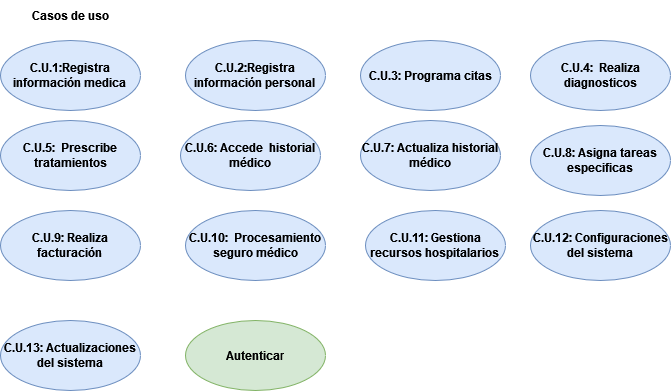
The draw.io diagram Unidad-1/tarea-casos-de-uso/images/casosdeuso.png in nalleon/ets, before a commit. Source tidied: cells renumbered, new cells last; positions are measured from the earlier drawing's top-left corner, leaving out a move shared by most shapes. The source it was exported from:
```xml
<mxGraphModel>
  <root>
    <mxCell id="0" />
    <mxCell id="1" parent="0" />
    <mxCell id="2" value="&lt;b&gt;Casos de uso&lt;br&gt;&lt;/b&gt;" style="text;html=1;align=center;verticalAlign=middle;strokeColor=none;fillColor=none;" parent="1" vertex="1">
      <mxGeometry x="20" width="100" height="30" as="geometry" />
    </mxCell>
    <mxCell id="3" value="&lt;b&gt;C.U.1:Registra información medica&lt;br&gt;&lt;/b&gt;" style="ellipse;whiteSpace=wrap;html=1;fillColor=#dae8fc;strokeColor=#6c8ebf;" parent="1" vertex="1">
      <mxGeometry y="40" width="140" height="70" as="geometry" />
    </mxCell>
    <mxCell id="4" value="&lt;b&gt;C.U.3: Programa citas&lt;/b&gt;" style="ellipse;whiteSpace=wrap;html=1;fillColor=#dae8fc;strokeColor=#6c8ebf;" parent="1" vertex="1">
      <mxGeometry x="360" y="40" width="140" height="70" as="geometry" />
    </mxCell>
    <mxCell id="5" value="&lt;b&gt;C.U.4:&amp;nbsp; Realiza diagnosticos&lt;/b&gt;" style="ellipse;whiteSpace=wrap;html=1;fillColor=#dae8fc;strokeColor=#6c8ebf;" parent="1" vertex="1">
      <mxGeometry x="530" y="40" width="140" height="70" as="geometry" />
    </mxCell>
    <mxCell id="6" value="&lt;b&gt;C.U.5:&amp;nbsp; Prescribe tratamientos&lt;/b&gt;" style="ellipse;whiteSpace=wrap;html=1;fillColor=#dae8fc;strokeColor=#6c8ebf;" parent="1" vertex="1">
      <mxGeometry y="120" width="140" height="70" as="geometry" />
    </mxCell>
    <mxCell id="7" value="&lt;b&gt;Autentica&lt;/b&gt;r" style="ellipse;whiteSpace=wrap;html=1;fillColor=#d5e8d4;strokeColor=#82b366;" parent="1" vertex="1">
      <mxGeometry x="185" y="320" width="140" height="70" as="geometry" />
    </mxCell>
    <mxCell id="8" value="&lt;b&gt;C.U.9: Realiza facturación&lt;br&gt;&lt;/b&gt;" style="ellipse;whiteSpace=wrap;html=1;fillColor=#dae8fc;strokeColor=#6c8ebf;" parent="1" vertex="1">
      <mxGeometry y="210" width="140" height="70" as="geometry" />
    </mxCell>
    <mxCell id="9" value="&lt;b&gt;C.U.7: Actualiza historial médico&lt;br&gt;&lt;/b&gt;" style="ellipse;whiteSpace=wrap;html=1;fillColor=#dae8fc;strokeColor=#6c8ebf;" parent="1" vertex="1">
      <mxGeometry x="360" y="120" width="140" height="70" as="geometry" />
    </mxCell>
    <mxCell id="10" value="&lt;b&gt;C.U.6: Accede&amp;nbsp; historial médico&lt;br&gt;&lt;/b&gt;" style="ellipse;whiteSpace=wrap;html=1;fillColor=#dae8fc;strokeColor=#6c8ebf;" parent="1" vertex="1">
      <mxGeometry x="180" y="120" width="140" height="70" as="geometry" />
    </mxCell>
    <mxCell id="11" value="&lt;b&gt;C.U.8: Asigna tareas especificas&lt;/b&gt;" style="ellipse;whiteSpace=wrap;html=1;fillColor=#dae8fc;strokeColor=#6c8ebf;" parent="1" vertex="1">
      <mxGeometry x="530" y="125" width="140" height="70" as="geometry" />
    </mxCell>
    <mxCell id="12" value="&lt;b&gt;C.U.10:&amp;nbsp;&lt;/b&gt;&lt;b&gt; Procesamiento seguro médico &lt;/b&gt;&lt;b&gt; &lt;/b&gt;" style="ellipse;whiteSpace=wrap;html=1;fillColor=#dae8fc;strokeColor=#6c8ebf;" parent="1" vertex="1">
      <mxGeometry x="185" y="210" width="140" height="70" as="geometry" />
    </mxCell>
    <mxCell id="13" value="&lt;b&gt;C.U.11: Gestiona recursos hospitalarios&lt;br&gt;&lt;/b&gt;" style="ellipse;whiteSpace=wrap;html=1;fillColor=#dae8fc;strokeColor=#6c8ebf;" parent="1" vertex="1">
      <mxGeometry x="365" y="210" width="140" height="70" as="geometry" />
    </mxCell>
    <mxCell id="14" value="&lt;b&gt;C.U.12: Configuraciones del sistema&lt;/b&gt;" style="ellipse;whiteSpace=wrap;html=1;fillColor=#dae8fc;strokeColor=#6c8ebf;" parent="1" vertex="1">
      <mxGeometry x="530" y="210" width="140" height="70" as="geometry" />
    </mxCell>
    <mxCell id="15" value="&lt;b&gt;C.U.13: Actualizaciones del sistema&lt;/b&gt;" style="ellipse;whiteSpace=wrap;html=1;fillColor=#dae8fc;strokeColor=#6c8ebf;" parent="1" vertex="1">
      <mxGeometry y="320" width="140" height="70" as="geometry" />
    </mxCell>
    <mxCell id="16" value="&lt;b&gt;C.U.2:Registra información personal&lt;br&gt;&lt;/b&gt;" style="ellipse;whiteSpace=wrap;html=1;fillColor=#dae8fc;strokeColor=#6c8ebf;" parent="1" vertex="1">
      <mxGeometry x="185" y="40" width="140" height="70" as="geometry" />
    </mxCell>
  </root>
</mxGraphModel>
```
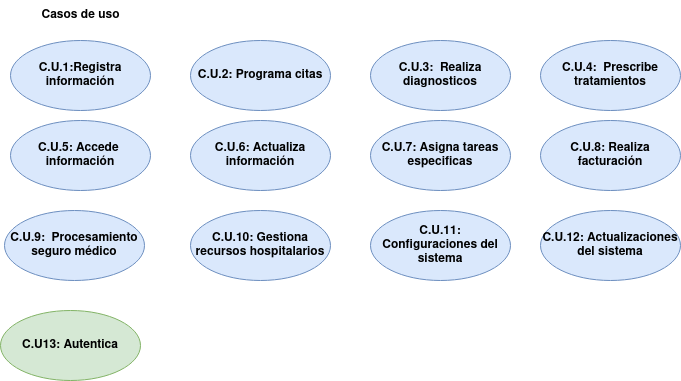
The same file after the commit.

What changed in the source:
```diff
@@ -5,47 +5,44 @@
     <mxCell id="2" value="&lt;b&gt;Casos de uso&lt;br&gt;&lt;/b&gt;" style="text;html=1;align=center;verticalAlign=middle;strokeColor=none;fillColor=none;" parent="1" vertex="1">
       <mxGeometry x="20" width="100" height="30" as="geometry" />
     </mxCell>
-    <mxCell id="3" value="&lt;b&gt;C.U.1:Registra información medica&lt;br&gt;&lt;/b&gt;" style="ellipse;whiteSpace=wrap;html=1;fillColor=#dae8fc;strokeColor=#6c8ebf;" parent="1" vertex="1">
-      <mxGeometry y="40" width="140" height="70" as="geometry" />
-    </mxCell>
-    <mxCell id="4" value="&lt;b&gt;C.U.3: Programa citas&lt;/b&gt;" style="ellipse;whiteSpace=wrap;html=1;fillColor=#dae8fc;strokeColor=#6c8ebf;" parent="1" vertex="1">
-      <mxGeometry x="360" y="40" width="140" height="70" as="geometry" />
-    </mxCell>
-    <mxCell id="5" value="&lt;b&gt;C.U.4:&amp;nbsp; Realiza diagnosticos&lt;/b&gt;" style="ellipse;whiteSpace=wrap;html=1;fillColor=#dae8fc;strokeColor=#6c8ebf;" parent="1" vertex="1">
-      <mxGeometry x="530" y="40" width="140" height="70" as="geometry" />
-    </mxCell>
-    <mxCell id="6" value="&lt;b&gt;C.U.5:&amp;nbsp; Prescribe tratamientos&lt;/b&gt;" style="ellipse;whiteSpace=wrap;html=1;fillColor=#dae8fc;strokeColor=#6c8ebf;" parent="1" vertex="1">
-      <mxGeometry y="120" width="140" height="70" as="geometry" />
-    </mxCell>
-    <mxCell id="7" value="&lt;b&gt;Autentica&lt;/b&gt;r" style="ellipse;whiteSpace=wrap;html=1;fillColor=#d5e8d4;strokeColor=#82b366;" parent="1" vertex="1">
-      <mxGeometry x="185" y="320" width="140" height="70" as="geometry" />
-    </mxCell>
-    <mxCell id="8" value="&lt;b&gt;C.U.9: Realiza facturación&lt;br&gt;&lt;/b&gt;" style="ellipse;whiteSpace=wrap;html=1;fillColor=#dae8fc;strokeColor=#6c8ebf;" parent="1" vertex="1">
-      <mxGeometry y="210" width="140" height="70" as="geometry" />
-    </mxCell>
-    <mxCell id="9" value="&lt;b&gt;C.U.7: Actualiza historial médico&lt;br&gt;&lt;/b&gt;" style="ellipse;whiteSpace=wrap;html=1;fillColor=#dae8fc;strokeColor=#6c8ebf;" parent="1" vertex="1">
-      <mxGeometry x="360" y="120" width="140" height="70" as="geometry" />
-    </mxCell>
-    <mxCell id="10" value="&lt;b&gt;C.U.6: Accede&amp;nbsp; historial médico&lt;br&gt;&lt;/b&gt;" style="ellipse;whiteSpace=wrap;html=1;fillColor=#dae8fc;strokeColor=#6c8ebf;" parent="1" vertex="1">
-      <mxGeometry x="180" y="120" width="140" height="70" as="geometry" />
-    </mxCell>
-    <mxCell id="11" value="&lt;b&gt;C.U.8: Asigna tareas especificas&lt;/b&gt;" style="ellipse;whiteSpace=wrap;html=1;fillColor=#dae8fc;strokeColor=#6c8ebf;" parent="1" vertex="1">
-      <mxGeometry x="530" y="125" width="140" height="70" as="geometry" />
-    </mxCell>
-    <mxCell id="12" value="&lt;b&gt;C.U.10:&amp;nbsp;&lt;/b&gt;&lt;b&gt; Procesamiento seguro médico &lt;/b&gt;&lt;b&gt; &lt;/b&gt;" style="ellipse;whiteSpace=wrap;html=1;fillColor=#dae8fc;strokeColor=#6c8ebf;" parent="1" vertex="1">
-      <mxGeometry x="185" y="210" width="140" height="70" as="geometry" />
-    </mxCell>
-    <mxCell id="13" value="&lt;b&gt;C.U.11: Gestiona recursos hospitalarios&lt;br&gt;&lt;/b&gt;" style="ellipse;whiteSpace=wrap;html=1;fillColor=#dae8fc;strokeColor=#6c8ebf;" parent="1" vertex="1">
-      <mxGeometry x="365" y="210" width="140" height="70" as="geometry" />
-    </mxCell>
-    <mxCell id="14" value="&lt;b&gt;C.U.12: Configuraciones del sistema&lt;/b&gt;" style="ellipse;whiteSpace=wrap;html=1;fillColor=#dae8fc;strokeColor=#6c8ebf;" parent="1" vertex="1">
-      <mxGeometry x="530" y="210" width="140" height="70" as="geometry" />
-    </mxCell>
-    <mxCell id="15" value="&lt;b&gt;C.U.13: Actualizaciones del sistema&lt;/b&gt;" style="ellipse;whiteSpace=wrap;html=1;fillColor=#dae8fc;strokeColor=#6c8ebf;" parent="1" vertex="1">
-      <mxGeometry y="320" width="140" height="70" as="geometry" />
-    </mxCell>
-    <mxCell id="16" value="&lt;b&gt;C.U.2:Registra información personal&lt;br&gt;&lt;/b&gt;" style="ellipse;whiteSpace=wrap;html=1;fillColor=#dae8fc;strokeColor=#6c8ebf;" parent="1" vertex="1">
-      <mxGeometry x="185" y="40" width="140" height="70" as="geometry" />
-    </mxCell>
+    <mxCell id="17" value="&lt;b&gt;C.U.1:Registra información&lt;br&gt;&lt;/b&gt;" style="ellipse;whiteSpace=wrap;html=1;fillColor=#dae8fc;strokeColor=#6c8ebf;" parent="1" vertex="1">
+      <mxGeometry y="40" width="140" height="70" as="geometry" />
+    </mxCell>
+    <mxCell id="18" value="&lt;b&gt;C.U.2: Programa citas&lt;/b&gt;" style="ellipse;whiteSpace=wrap;html=1;fillColor=#dae8fc;strokeColor=#6c8ebf;" parent="1" vertex="1">
+      <mxGeometry x="180" y="40" width="140" height="70" as="geometry" />
+    </mxCell>
+    <mxCell id="19" value="&lt;b&gt;C.U.3:&amp;nbsp; Realiza diagnosticos&lt;/b&gt;" style="ellipse;whiteSpace=wrap;html=1;fillColor=#dae8fc;strokeColor=#6c8ebf;" parent="1" vertex="1">
+      <mxGeometry x="360" y="40" width="140" height="70" as="geometry" />
+    </mxCell>
+    <mxCell id="20" value="&lt;b&gt;C.U.4:&amp;nbsp; Prescribe tratamientos&lt;/b&gt;" style="ellipse;whiteSpace=wrap;html=1;fillColor=#dae8fc;strokeColor=#6c8ebf;" parent="1" vertex="1">
+      <mxGeometry x="530" y="40" width="140" height="70" as="geometry" />
+    </mxCell>
+    <mxCell id="21" value="&lt;b&gt;C.U13: Autentica&lt;/b&gt;" style="ellipse;whiteSpace=wrap;html=1;fillColor=#d5e8d4;strokeColor=#82b366;" parent="1" vertex="1">
+      <mxGeometry x="-10" y="310" width="140" height="70" as="geometry" />
+    </mxCell>
+    <mxCell id="22" value="&lt;b&gt;C.U.8: Realiza facturación&lt;br&gt;&lt;/b&gt;" style="ellipse;whiteSpace=wrap;html=1;fillColor=#dae8fc;strokeColor=#6c8ebf;" parent="1" vertex="1">
+      <mxGeometry x="530" y="120" width="140" height="70" as="geometry" />
+    </mxCell>
+    <mxCell id="23" value="&lt;b&gt;C.U.6: Actualiza información&lt;/b&gt;" style="ellipse;whiteSpace=wrap;html=1;fillColor=#dae8fc;strokeColor=#6c8ebf;" parent="1" vertex="1">
+      <mxGeometry x="180" y="120" width="140" height="70" as="geometry" />
+    </mxCell>
+    <mxCell id="24" value="&lt;b&gt;C.U.5: Accede&amp;nbsp; información&lt;/b&gt;" style="ellipse;whiteSpace=wrap;html=1;fillColor=#dae8fc;strokeColor=#6c8ebf;" parent="1" vertex="1">
+      <mxGeometry y="120" width="140" height="70" as="geometry" />
+    </mxCell>
+    <mxCell id="25" value="&lt;b&gt;C.U.7: Asigna tareas especificas&lt;/b&gt;" style="ellipse;whiteSpace=wrap;html=1;fillColor=#dae8fc;strokeColor=#6c8ebf;" parent="1" vertex="1">
+      <mxGeometry x="360" y="120" width="140" height="70" as="geometry" />
+    </mxCell>
+    <mxCell id="26" value="&lt;b&gt;C.U.9:&amp;nbsp;&lt;/b&gt;&lt;b&gt; Procesamiento seguro médico &lt;/b&gt;&lt;b&gt; &lt;/b&gt;" style="ellipse;whiteSpace=wrap;html=1;fillColor=#dae8fc;strokeColor=#6c8ebf;" parent="1" vertex="1">
+      <mxGeometry x="-6" y="210" width="140" height="70" as="geometry" />
+    </mxCell>
+    <mxCell id="27" value="&lt;b&gt;C.U.10: Gestiona recursos hospitalarios&lt;br&gt;&lt;/b&gt;" style="ellipse;whiteSpace=wrap;html=1;fillColor=#dae8fc;strokeColor=#6c8ebf;" parent="1" vertex="1">
+      <mxGeometry x="180" y="210" width="140" height="70" as="geometry" />
+    </mxCell>
+    <mxCell id="28" value="&lt;b&gt;C.U.11: Configuraciones del sistema&lt;/b&gt;" style="ellipse;whiteSpace=wrap;html=1;fillColor=#dae8fc;strokeColor=#6c8ebf;" parent="1" vertex="1">
+      <mxGeometry x="360" y="210" width="140" height="70" as="geometry" />
+    </mxCell>
+    <mxCell id="29" value="&lt;b&gt;C.U.12: Actualizaciones del sistema&lt;/b&gt;" style="ellipse;whiteSpace=wrap;html=1;fillColor=#dae8fc;strokeColor=#6c8ebf;" parent="1" vertex="1">
+      <mxGeometry x="530" y="210" width="140" height="70" as="geometry" />
+    </mxCell>
   </root>
 </mxGraphModel>
```
